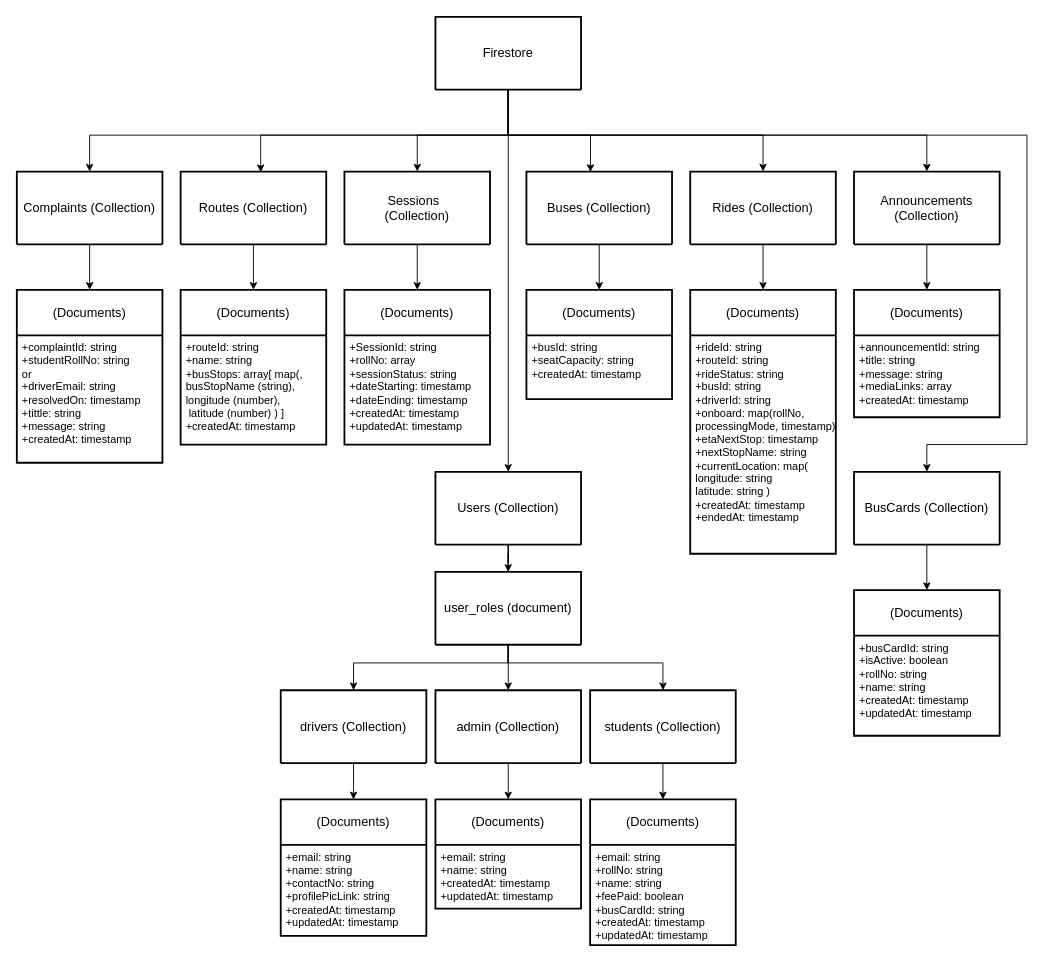
Before: NTU Ride Pilot/Documentation/Diagrams/Database Design/database.drawio in Abubakar-doc/FYP-24-SE-A-204, a draw.io diagram. Source tidied: cells renumbered, new cells numbered last; positions are measured from the earlier drawing's top-left corner, leaving out a move shared by most shapes. Both pictures are drawn from the tidied source at 91%, with x=0, y=0 at pixel (16, 16).
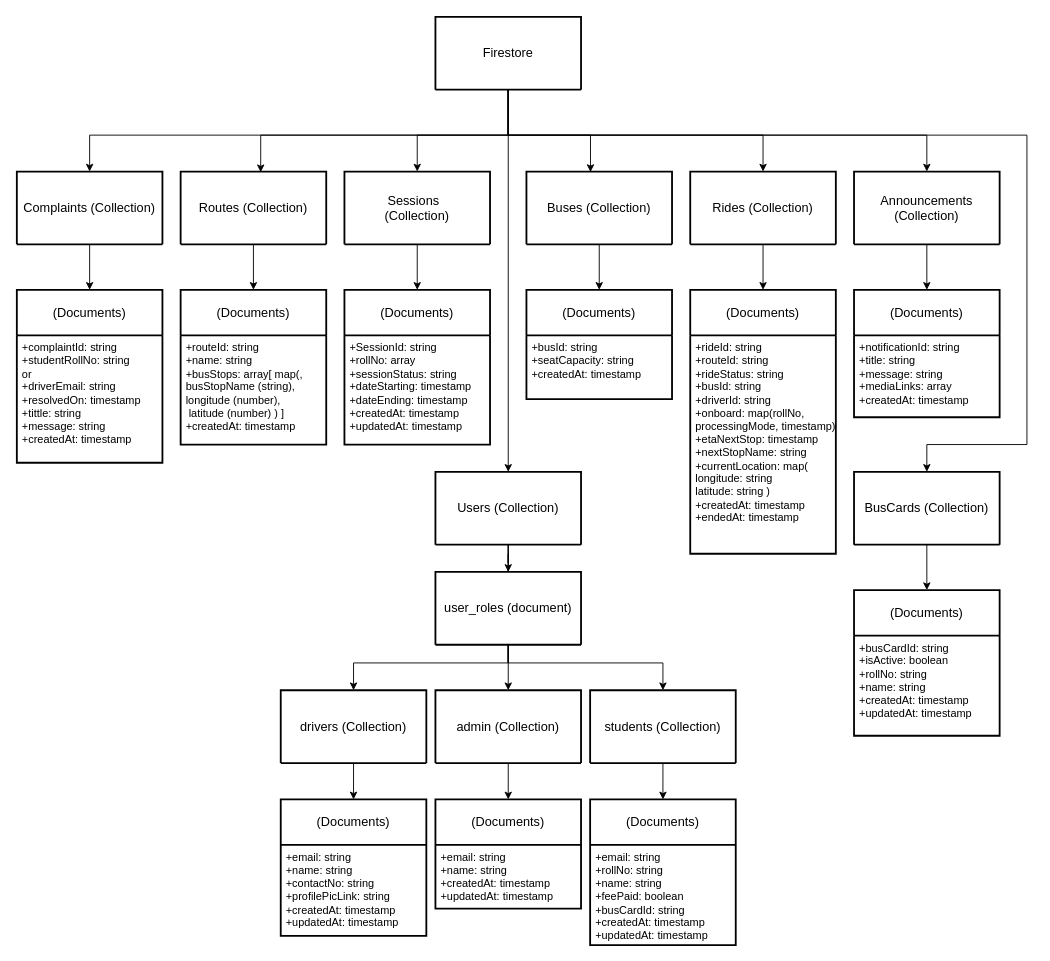
The same page after the edit.

Unchanged cells that the change refers to:
```xml
<mxCell id="14" value="(Documents)" style="swimlane;horizontal=1;startSize=50;rounded=0;fontSize=14;fontStyle=0;strokeWidth=2;shadow=0;dashed=0;align=center;arcSize=4;whiteSpace=wrap;html=1;" parent="1" vertex="1">
  <mxGeometry x="920" y="300" width="160" height="140" as="geometry" />
</mxCell>
```

Diff of the diagram source:
```diff
@@
-    <mxCell id="15" value="&lt;div&gt;+announcementId: string&lt;/div&gt;&lt;div&gt;+title: string&lt;br&gt;      +message: string&lt;br&gt;      +mediaLinks: &lt;span class=&quot;hljs-keyword&quot;&gt;array&lt;/span&gt;&lt;br&gt;      +createdAt: &lt;span class=&quot;hljs-type&quot;&gt;timestamp&lt;/span&gt;&lt;/div&gt;" style="align=left;strokeColor=none;fillColor=none;spacingLeft=4;fontSize=12;verticalAlign=top;html=1;rounded=0;" parent="14" vertex="1">
+    <mxCell id="15" value="&lt;div&gt;+notificationId: string&lt;/div&gt;&lt;div&gt;+title: string&lt;br&gt;      +message: string&lt;br&gt;      +mediaLinks: &lt;span class=&quot;hljs-keyword&quot;&gt;array&lt;/span&gt;&lt;br&gt;      +createdAt: &lt;span class=&quot;hljs-type&quot;&gt;timestamp&lt;/span&gt;&lt;/div&gt;" style="align=left;strokeColor=none;fillColor=none;spacingLeft=4;fontSize=12;verticalAlign=top;html=1;rounded=0;" parent="14" vertex="1">
       <mxGeometry y="50" width="160" height="90" as="geometry" />
     </mxCell>
```
